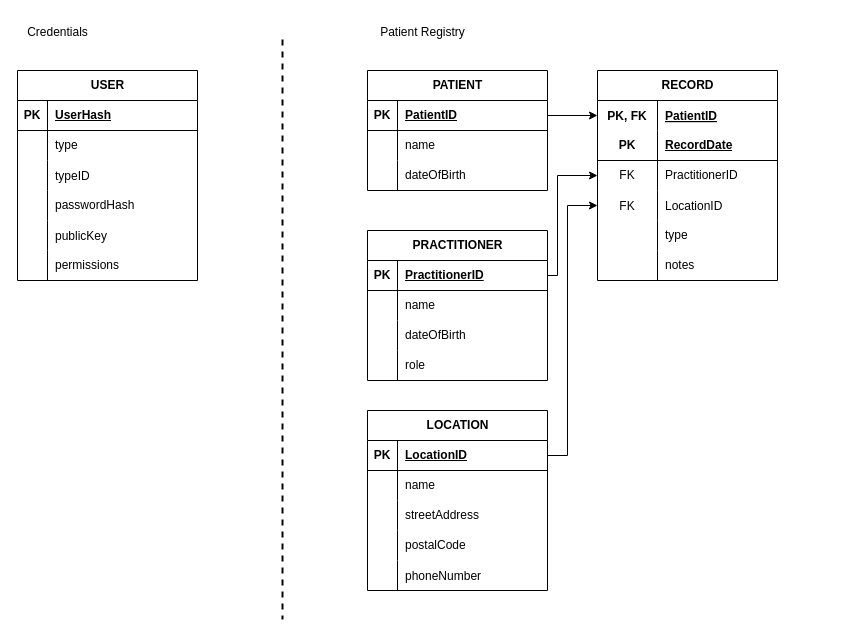
Before: doc/EntityRelationshipDiagram.drawio in marciehenderson/electronic-health, a draw.io diagram. Source tidied: cells renumbered, new cells numbered last; positions are measured from the earlier drawing's top-left corner, leaving out a move shared by most shapes. Both pictures are drawn from the tidied source at 100%, with x=0, y=0 at pixel (17, 17).
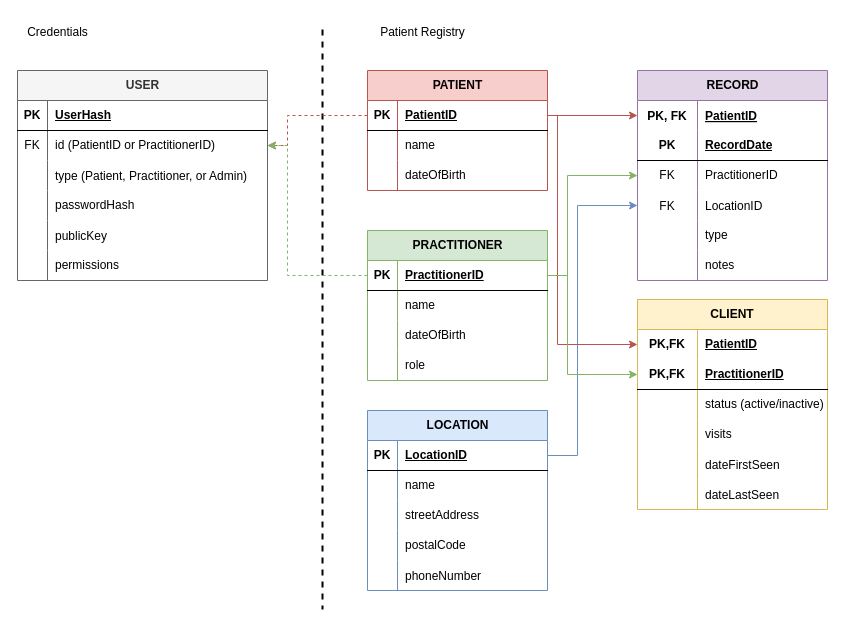
The same page after the edit.

The change refers to these unchanged cells:
```xml
<mxCell id="3" style="shape=tableRow;horizontal=0;startSize=0;swimlaneHead=0;swimlaneBody=0;fillColor=none;points=[[0,0.5],[1,0.5]];portConstraint=eastwest;top=0;left=0;right=0;bottom=1;" parent="2" vertex="1">
  <mxGeometry y="30" width="180" height="30" as="geometry" />
</mxCell>
<mxCell id="13" style="shape=tableRow;horizontal=0;startSize=0;swimlaneHead=0;swimlaneBody=0;fillColor=none;points=[[0,0.5],[1,0.5]];portConstraint=eastwest;top=0;left=0;right=0;bottom=1;" parent="12" vertex="1">
  <mxGeometry y="30" width="180" height="30" as="geometry" />
</mxCell>
<mxCell id="45" style="shape=tableRow;horizontal=0;startSize=0;swimlaneHead=0;swimlaneBody=0;fillColor=none;points=[[0,0.5],[1,0.5]];portConstraint=eastwest;top=0;left=0;right=0;bottom=1;" parent="44" vertex="1">
  <mxGeometry y="30" width="180" height="30" as="geometry" />
</mxCell>
```

Change to the diagram source:
```diff
@@
-    <mxCell id="2" value="PATIENT" style="shape=table;startSize=30;childLayout=tableLayout;rowLines=0;fontStyle=1;align=center;html=1;" parent="1" vertex="1">
+    <mxCell id="2" value="PATIENT" style="shape=table;startSize=30;childLayout=tableLayout;rowLines=0;fontStyle=1;align=center;html=1;fillColor=#f8cecc;strokeColor=#b85450;" parent="1" vertex="1">
       <mxGeometry x="350" y="53" width="180" height="120" as="geometry" />
     </mxCell>
@@
-    <mxCell id="12" value="PRACTITIONER" style="shape=table;startSize=30;childLayout=tableLayout;rowLines=0;fontStyle=1;align=center;html=1;" parent="1" vertex="1">
+    <mxCell id="12" value="PRACTITIONER" style="shape=table;startSize=30;childLayout=tableLayout;rowLines=0;fontStyle=1;align=center;html=1;fillColor=#d5e8d4;strokeColor=#82b366;" parent="1" vertex="1">
       <mxGeometry x="350" y="213" width="180" height="150" as="geometry" />
     </mxCell>
@@
-    <mxCell id="25" value="RECORD" style="shape=table;startSize=30;childLayout=tableLayout;rowLines=0;fontStyle=1;align=center;html=1;" parent="1" vertex="1">
-      <mxGeometry x="580" y="53" width="180" height="210" as="geometry" />
+    <mxCell id="25" value="RECORD" style="shape=table;startSize=30;childLayout=tableLayout;rowLines=0;fontStyle=1;align=center;html=1;fillColor=#e1d5e7;strokeColor=#9673a6;" parent="1" vertex="1">
+      <mxGeometry x="620" y="53" width="190" height="210" as="geometry" />
     </mxCell>
     <mxCell id="26" style="shape=tableRow;horizontal=0;startSize=0;swimlaneHead=0;swimlaneBody=0;fillColor=none;points=[[0,0.5],[1,0.5]];portConstraint=eastwest;top=0;left=0;right=0;bottom=0;" parent="25" vertex="1">
-      <mxGeometry y="30" width="180" height="30" as="geometry" />
+      <mxGeometry y="30" width="190" height="30" as="geometry" />
     </mxCell>
@@
     <mxCell id="28" value="PatientID" style="shape=partialRectangle;fillColor=none;top=0;left=0;bottom=0;right=0;align=left;spacingLeft=6;overflow=hidden;fontStyle=5;" parent="26" vertex="1">
-      <mxGeometry x="60" width="120" height="30" as="geometry" />
+      <mxGeometry x="60" width="130" height="30" as="geometry" />
     </mxCell>
     <mxCell id="29" style="shape=tableRow;horizontal=0;startSize=0;swimlaneHead=0;swimlaneBody=0;fillColor=none;top=0;left=0;right=0;bottom=1;" parent="25" vertex="1">
-      <mxGeometry y="60" width="180" height="30" as="geometry" />
+      <mxGeometry y="60" width="190" height="30" as="geometry" />
     </mxCell>
@@
     <mxCell id="31" value="RecordDate" style="shape=partialRectangle;fillColor=none;top=0;left=0;bottom=0;right=0;align=left;spacingLeft=6;fontStyle=5;overflow=hidden;whiteSpace=wrap;html=1;" parent="29" vertex="1">
-      <mxGeometry x="60" width="120" height="30" as="geometry" />
+      <mxGeometry x="60" width="130" height="30" as="geometry" />
     </mxCell>
     <mxCell id="32" style="shape=tableRow;horizontal=0;startSize=0;swimlaneHead=0;swimlaneBody=0;fillColor=none;points=[[0,0.5],[1,0.5]];portConstraint=eastwest;top=0;left=0;right=0;bottom=0;" parent="25" vertex="1">
-      <mxGeometry y="90" width="180" height="30" as="geometry" />
+      <mxGeometry y="90" width="190" height="30" as="geometry" />
     </mxCell>
@@
     <mxCell id="34" value="PractitionerID" style="shape=partialRectangle;fillColor=none;top=0;left=0;bottom=0;right=0;align=left;spacingLeft=6;overflow=hidden;whiteSpace=wrap;html=1;" parent="32" vertex="1">
-      <mxGeometry x="60" width="120" height="30" as="geometry" />
+      <mxGeometry x="60" width="130" height="30" as="geometry" />
     </mxCell>
     <mxCell id="35" style="shape=tableRow;horizontal=0;startSize=0;swimlaneHead=0;swimlaneBody=0;fillColor=none;points=[[0,0.5],[1,0.5]];portConstraint=eastwest;top=0;left=0;right=0;bottom=0;" parent="25" vertex="1">
-      <mxGeometry y="120" width="180" height="30" as="geometry" />
+      <mxGeometry y="120" width="190" height="30" as="geometry" />
     </mxCell>
@@
     <mxCell id="37" value="LocationID" style="shape=partialRectangle;fillColor=none;top=0;left=0;bottom=0;right=0;align=left;spacingLeft=6;overflow=hidden;" parent="35" vertex="1">
-      <mxGeometry x="60" width="120" height="30" as="geometry" />
+      <mxGeometry x="60" width="130" height="30" as="geometry" />
     </mxCell>
     <mxCell id="38" style="shape=tableRow;horizontal=0;startSize=0;swimlaneHead=0;swimlaneBody=0;fillColor=none;top=0;left=0;right=0;bottom=0;" parent="25" vertex="1">
-      <mxGeometry y="150" width="180" height="30" as="geometry" />
+      <mxGeometry y="150" width="190" height="30" as="geometry" />
     </mxCell>
@@
     <mxCell id="40" value="type" style="shape=partialRectangle;fillColor=none;top=0;left=0;bottom=0;right=0;align=left;spacingLeft=6;overflow=hidden;whiteSpace=wrap;html=1;" parent="38" vertex="1">
-      <mxGeometry x="60" width="120" height="30" as="geometry" />
+      <mxGeometry x="60" width="130" height="30" as="geometry" />
     </mxCell>
     <mxCell id="41" style="shape=tableRow;horizontal=0;startSize=0;swimlaneHead=0;swimlaneBody=0;fillColor=none;top=0;left=0;right=0;bottom=0;" parent="25" vertex="1">
-      <mxGeometry y="180" width="180" height="30" as="geometry" />
+      <mxGeometry y="180" width="190" height="30" as="geometry" />
     </mxCell>
@@
     <mxCell id="43" value="notes" style="shape=partialRectangle;fillColor=none;top=0;left=0;bottom=0;right=0;align=left;spacingLeft=6;overflow=hidden;whiteSpace=wrap;html=1;" parent="41" vertex="1">
-      <mxGeometry x="60" width="120" height="30" as="geometry" />
+      <mxGeometry x="60" width="130" height="30" as="geometry" />
     </mxCell>
-    <mxCell id="44" value="LOCATION" style="shape=table;startSize=30;childLayout=tableLayout;rowLines=0;fontStyle=1;align=center;html=1;" parent="1" vertex="1">
+    <mxCell id="44" value="LOCATION" style="shape=table;startSize=30;childLayout=tableLayout;rowLines=0;fontStyle=1;align=center;html=1;fillColor=#dae8fc;strokeColor=#6c8ebf;" parent="1" vertex="1">
       <mxGeometry x="350" y="393" width="180" height="180" as="geometry" />
     </mxCell>
@@
-    <mxCell id="60" style="edgeStyle=orthogonalEdgeStyle;rounded=0;jettySize=auto;html=1;exitX=1;exitY=0.5;exitDx=0;exitDy=0;entryX=0;entryY=0.5;entryDx=0;entryDy=0;" parent="1" edge="1" source="45" target="35">
+    <mxCell id="60" style="edgeStyle=orthogonalEdgeStyle;rounded=0;jettySize=auto;html=1;exitX=1;exitY=0.5;exitDx=0;exitDy=0;entryX=0;entryY=0.5;entryDx=0;entryDy=0;fillColor=#dae8fc;strokeColor=#6c8ebf;" parent="1" edge="1" source="45" target="35">
       <mxGeometry relative="1" as="geometry">
         <Array as="points">
-          <mxPoint x="550" y="438" />
-          <mxPoint x="550" y="188" />
+          <mxPoint x="560" y="438" />
+          <mxPoint x="560" y="188" />
         </Array>
       </mxGeometry>
     </mxCell>
-    <mxCell id="61" style="edgeStyle=orthogonalEdgeStyle;rounded=0;jettySize=auto;html=1;exitX=1;exitY=0.5;exitDx=0;exitDy=0;entryX=0;entryY=0.5;entryDx=0;entryDy=0;" parent="1" edge="1" source="13" target="32">
+    <mxCell id="61" style="edgeStyle=orthogonalEdgeStyle;rounded=0;jettySize=auto;html=1;exitX=1;exitY=0.5;exitDx=0;exitDy=0;entryX=0;entryY=0.5;entryDx=0;entryDy=0;fillColor=#d5e8d4;strokeColor=#82b366;" parent="1" edge="1" source="13" target="32">
       <mxGeometry relative="1" as="geometry">
         <Array as="points">
-          <mxPoint x="540" y="258" />
-          <mxPoint x="540" y="158" />
+          <mxPoint x="550" y="258" />
+          <mxPoint x="550" y="158" />
         </Array>
       </mxGeometry>
     </mxCell>
-    <mxCell id="62" value="USER" style="shape=table;startSize=30;childLayout=tableLayout;rowLines=0;fontStyle=1;align=center;html=1;" parent="1" vertex="1">
-      <mxGeometry y="53" width="180" height="210" as="geometry" />
+    <mxCell id="62" value="USER" style="shape=table;startSize=30;childLayout=tableLayout;rowLines=0;fontStyle=1;align=center;html=1;fillColor=#f5f5f5;fontColor=#333333;strokeColor=#666666;" parent="1" vertex="1">
+      <mxGeometry y="53" width="250" height="210" as="geometry" />
     </mxCell>
     <mxCell id="63" style="shape=tableRow;horizontal=0;startSize=0;swimlaneHead=0;swimlaneBody=0;fillColor=none;top=0;left=0;right=0;bottom=1;" parent="62" vertex="1">
-      <mxGeometry y="30" width="180" height="30" as="geometry" />
+      <mxGeometry y="30" width="250" height="30" as="geometry" />
     </mxCell>
@@
     <mxCell id="65" value="UserHash" style="shape=partialRectangle;fillColor=none;top=0;left=0;bottom=0;right=0;align=left;spacingLeft=6;fontStyle=5;overflow=hidden;whiteSpace=wrap;html=1;" parent="63" vertex="1">
-      <mxGeometry x="30" width="150" height="30" as="geometry" />
+      <mxGeometry x="30" width="220" height="30" as="geometry" />
     </mxCell>
     <mxCell id="66" style="shape=tableRow;horizontal=0;startSize=0;swimlaneHead=0;swimlaneBody=0;fillColor=none;points=[[0,0.5],[1,0.5]];portConstraint=eastwest;top=0;left=0;right=0;bottom=0;" parent="62" vertex="1">
-      <mxGeometry y="60" width="180" height="30" as="geometry" />
+      <mxGeometry y="60" width="250" height="30" as="geometry" />
     </mxCell>
-    <mxCell id="67" style="shape=partialRectangle;fillColor=none;top=0;left=0;bottom=0;right=0;overflow=hidden;whiteSpace=wrap;html=1;" parent="66" vertex="1">
+    <mxCell id="67" value="FK" style="shape=partialRectangle;fillColor=none;top=0;left=0;bottom=0;right=0;overflow=hidden;whiteSpace=wrap;html=1;" parent="66" vertex="1">
       <mxGeometry width="30" height="30" as="geometry" />
     </mxCell>
-    <mxCell id="68" value="type" style="shape=partialRectangle;fillColor=none;top=0;left=0;bottom=0;right=0;align=left;spacingLeft=6;overflow=hidden;whiteSpace=wrap;html=1;" parent="66" vertex="1">
-      <mxGeometry x="30" width="150" height="30" as="geometry" />
+    <mxCell id="68" value="id (PatientID or PractitionerID)" style="shape=partialRectangle;fillColor=none;top=0;left=0;bottom=0;right=0;align=left;spacingLeft=6;overflow=hidden;whiteSpace=wrap;html=1;" parent="66" vertex="1">
+      <mxGeometry x="30" width="220" height="30" as="geometry" />
     </mxCell>
     <mxCell id="69" style="shape=tableRow;horizontal=0;startSize=0;swimlaneHead=0;swimlaneBody=0;fillColor=none;top=0;left=0;right=0;bottom=0;" parent="62" vertex="1">
-      <mxGeometry y="90" width="180" height="30" as="geometry" />
+      <mxGeometry y="90" width="250" height="30" as="geometry" />
     </mxCell>
@@
-    <mxCell id="71" value="typeID" style="shape=partialRectangle;fillColor=none;top=0;left=0;bottom=0;right=0;align=left;spacingLeft=6;overflow=hidden;" parent="69" vertex="1">
-      <mxGeometry x="30" width="150" height="30" as="geometry" />
+    <mxCell id="71" value="type (Patient, Practitioner, or Admin)" style="shape=partialRectangle;fillColor=none;top=0;left=0;bottom=0;right=0;align=left;spacingLeft=6;overflow=hidden;" parent="69" vertex="1">
+      <mxGeometry x="30" width="220" height="30" as="geometry" />
     </mxCell>
     <mxCell id="72" style="shape=tableRow;horizontal=0;startSize=0;swimlaneHead=0;swimlaneBody=0;fillColor=none;top=0;left=0;right=0;bottom=0;" parent="62" vertex="1">
-      <mxGeometry y="120" width="180" height="30" as="geometry" />
+      <mxGeometry y="120" width="250" height="30" as="geometry" />
     </mxCell>
@@
     <mxCell id="74" value="passwordHash" style="shape=partialRectangle;fillColor=none;top=0;left=0;bottom=0;right=0;align=left;spacingLeft=6;overflow=hidden;whiteSpace=wrap;html=1;" parent="72" vertex="1">
-      <mxGeometry x="30" width="150" height="30" as="geometry" />
+      <mxGeometry x="30" width="220" height="30" as="geometry" />
     </mxCell>
     <mxCell id="75" style="shape=tableRow;horizontal=0;startSize=0;swimlaneHead=0;swimlaneBody=0;fillColor=none;top=0;left=0;right=0;bottom=0;" parent="62" vertex="1">
-      <mxGeometry y="150" width="180" height="30" as="geometry" />
+      <mxGeometry y="150" width="250" height="30" as="geometry" />
     </mxCell>
@@
     <mxCell id="77" value="publicKey" style="shape=partialRectangle;fillColor=none;top=0;left=0;bottom=0;right=0;align=left;spacingLeft=6;overflow=hidden;" parent="75" vertex="1">
-      <mxGeometry x="30" width="150" height="30" as="geometry" />
+      <mxGeometry x="30" width="220" height="30" as="geometry" />
     </mxCell>
     <mxCell id="78" style="shape=tableRow;horizontal=0;startSize=0;swimlaneHead=0;swimlaneBody=0;fillColor=none;top=0;left=0;right=0;bottom=0;" parent="62" vertex="1">
-      <mxGeometry y="180" width="180" height="30" as="geometry" />
+      <mxGeometry y="180" width="250" height="30" as="geometry" />
     </mxCell>
@@
     <mxCell id="80" value="permissions" style="shape=partialRectangle;fillColor=none;top=0;left=0;bottom=0;right=0;align=left;spacingLeft=6;overflow=hidden;whiteSpace=wrap;html=1;" parent="78" vertex="1">
-      <mxGeometry x="30" width="150" height="30" as="geometry" />
+      <mxGeometry x="30" width="220" height="30" as="geometry" />
     </mxCell>
-    <mxCell id="81" style="edgeStyle=orthogonalEdgeStyle;rounded=0;jettySize=auto;html=1;exitX=1;exitY=0.5;exitDx=0;exitDy=0;entryX=0;entryY=0.5;entryDx=0;entryDy=0;" parent="1" edge="1" source="3" target="26">
+    <mxCell id="81" style="edgeStyle=orthogonalEdgeStyle;rounded=0;jettySize=auto;html=1;exitX=1;exitY=0.5;exitDx=0;exitDy=0;entryX=0;entryY=0.5;entryDx=0;entryDy=0;fillColor=#f8cecc;strokeColor=#b85450;" parent="1" edge="1" source="3" target="26">
       <mxGeometry relative="1" as="geometry" />
     </mxCell>
     <mxCell id="82" style="line;strokeWidth=2;direction=south;html=1;strokeColor=default;dashed=1;" parent="1" vertex="1">
-      <mxGeometry x="260" y="22" width="10" height="580" as="geometry" />
+      <mxGeometry x="300" y="12" width="10" height="580" as="geometry" />
     </mxCell>
@@
+    <mxCell id="85" value="CLIENT" style="shape=table;startSize=30;childLayout=tableLayout;rowLines=0;fontStyle=1;align=center;html=1;whiteSpace=wrap;fillColor=#fff2cc;strokeColor=#d6b656;" parent="1" vertex="1">
+      <mxGeometry x="620" y="282" width="190" height="210" as="geometry" />
+    </mxCell>
+    <mxCell id="86" style="shape=tableRow;horizontal=0;startSize=0;swimlaneHead=0;swimlaneBody=0;fillColor=none;points=[[0,0.5],[1,0.5]];portConstraint=eastwest;top=0;left=0;right=0;bottom=0;html=1;" parent="85" vertex="1">
+      <mxGeometry y="30" width="190" height="30" as="geometry" />
+    </mxCell>
+    <mxCell id="87" value="PK,FK" style="shape=partialRectangle;fillColor=none;top=0;left=0;bottom=0;right=0;fontStyle=1;overflow=hidden;html=1;whiteSpace=wrap;" parent="86" vertex="1">
+      <mxGeometry width="60" height="30" as="geometry" />
+    </mxCell>
+    <mxCell id="88" value="PatientID" style="shape=partialRectangle;fillColor=none;top=0;left=0;bottom=0;right=0;align=left;spacingLeft=6;fontStyle=5;overflow=hidden;html=1;whiteSpace=wrap;" parent="86" vertex="1">
+      <mxGeometry x="60" width="130" height="30" as="geometry" />
+    </mxCell>
+    <mxCell id="89" style="shape=tableRow;horizontal=0;startSize=0;swimlaneHead=0;swimlaneBody=0;fillColor=none;points=[[0,0.5],[1,0.5]];portConstraint=eastwest;top=0;left=0;right=0;bottom=1;html=1;" parent="85" vertex="1">
+      <mxGeometry y="60" width="190" height="30" as="geometry" />
+    </mxCell>
+    <mxCell id="90" value="PK,FK" style="shape=partialRectangle;fillColor=none;top=0;left=0;bottom=0;right=0;fontStyle=1;overflow=hidden;html=1;whiteSpace=wrap;" parent="89" vertex="1">
+      <mxGeometry width="60" height="30" as="geometry" />
+    </mxCell>
+    <mxCell id="91" value="PractitionerID" style="shape=partialRectangle;fillColor=none;top=0;left=0;bottom=0;right=0;align=left;spacingLeft=6;fontStyle=5;overflow=hidden;html=1;whiteSpace=wrap;" parent="89" vertex="1">
+      <mxGeometry x="60" width="130" height="30" as="geometry" />
+    </mxCell>
+    <mxCell id="92" style="shape=tableRow;horizontal=0;startSize=0;swimlaneHead=0;swimlaneBody=0;fillColor=none;top=0;left=0;right=0;bottom=0;html=1;" parent="85" vertex="1">
+      <mxGeometry y="90" width="190" height="30" as="geometry" />
+    </mxCell>
+    <mxCell id="93" style="shape=partialRectangle;fillColor=none;top=0;left=0;bottom=0;right=0;overflow=hidden;html=1;whiteSpace=wrap;" parent="92" vertex="1">
+      <mxGeometry width="60" height="30" as="geometry" />
+    </mxCell>
+    <mxCell id="94" value="status (active/inactive)" style="shape=partialRectangle;fillColor=none;top=0;left=0;bottom=0;right=0;align=left;spacingLeft=6;overflow=hidden;html=1;whiteSpace=wrap;" parent="92" vertex="1">
+      <mxGeometry x="60" width="130" height="30" as="geometry" />
+    </mxCell>
+    <mxCell id="95" style="shape=tableRow;horizontal=0;startSize=0;swimlaneHead=0;swimlaneBody=0;fillColor=none;top=0;left=0;right=0;bottom=0;html=1;" parent="85" vertex="1">
+      <mxGeometry y="120" width="190" height="30" as="geometry" />
+    </mxCell>
+    <mxCell id="96" style="shape=partialRectangle;fillColor=none;top=0;left=0;bottom=0;right=0;overflow=hidden;html=1;whiteSpace=wrap;" parent="95" vertex="1">
+      <mxGeometry width="60" height="30" as="geometry" />
+    </mxCell>
+    <mxCell id="97" value="visits" style="shape=partialRectangle;fillColor=none;top=0;left=0;bottom=0;right=0;align=left;spacingLeft=6;overflow=hidden;html=1;whiteSpace=wrap;" parent="95" vertex="1">
+      <mxGeometry x="60" width="130" height="30" as="geometry" />
+    </mxCell>
+    <mxCell id="98" style="shape=tableRow;horizontal=0;startSize=0;swimlaneHead=0;swimlaneBody=0;fillColor=none;top=0;left=0;right=0;bottom=0;" parent="85" vertex="1">
+      <mxGeometry y="150" width="190" height="30" as="geometry" />
+    </mxCell>
+    <mxCell id="99" style="shape=partialRectangle;fillColor=none;top=0;left=0;bottom=0;right=0;overflow=hidden;" parent="98" vertex="1">
+      <mxGeometry width="60" height="30" as="geometry" />
+    </mxCell>
+    <mxCell id="100" value="dateFirstSeen" style="shape=partialRectangle;fillColor=none;top=0;left=0;bottom=0;right=0;align=left;spacingLeft=6;overflow=hidden;" parent="98" vertex="1">
+      <mxGeometry x="60" width="130" height="30" as="geometry" />
+    </mxCell>
+    <mxCell id="101" style="shape=tableRow;horizontal=0;startSize=0;swimlaneHead=0;swimlaneBody=0;fillColor=none;top=0;left=0;right=0;bottom=0;" parent="85" vertex="1">
+      <mxGeometry y="180" width="190" height="30" as="geometry" />
+    </mxCell>
+    <mxCell id="102" style="shape=partialRectangle;fillColor=none;top=0;left=0;bottom=0;right=0;overflow=hidden;" parent="101" vertex="1">
+      <mxGeometry width="60" height="30" as="geometry" />
+    </mxCell>
+    <mxCell id="103" value="dateLastSeen" style="shape=partialRectangle;fillColor=none;top=0;left=0;bottom=0;right=0;align=left;spacingLeft=6;overflow=hidden;" parent="101" vertex="1">
+      <mxGeometry x="60" width="130" height="30" as="geometry" />
+    </mxCell>
+    <mxCell id="104" style="edgeStyle=orthogonalEdgeStyle;rounded=0;jettySize=auto;html=1;exitX=1;exitY=0.5;exitDx=0;exitDy=0;entryX=0;entryY=0.5;entryDx=0;entryDy=0;fillColor=#f8cecc;strokeColor=#b85450;" parent="1" edge="1" source="3" target="86">
+      <mxGeometry relative="1" as="geometry">
+        <Array as="points">
+          <mxPoint x="540" y="98" />
+          <mxPoint x="540" y="327" />
+        </Array>
+      </mxGeometry>
+    </mxCell>
+    <mxCell id="105" style="edgeStyle=orthogonalEdgeStyle;rounded=0;jettySize=auto;html=1;exitX=1;exitY=0.5;exitDx=0;exitDy=0;entryX=0;entryY=0.5;entryDx=0;entryDy=0;fillColor=#d5e8d4;strokeColor=#82b366;" parent="1" edge="1" source="13" target="89">
+      <mxGeometry relative="1" as="geometry">
+        <Array as="points">
+          <mxPoint x="550" y="258" />
+          <mxPoint x="550" y="357" />
+        </Array>
+      </mxGeometry>
+    </mxCell>
+    <mxCell id="106" style="edgeStyle=orthogonalEdgeStyle;rounded=0;jettySize=auto;html=1;exitX=0;exitY=0.5;exitDx=0;exitDy=0;entryX=1;entryY=0.5;entryDx=0;entryDy=0;fillColor=#f8cecc;strokeColor=#b85450;dashed=1;" parent="1" edge="1" source="3" target="66">
+      <mxGeometry relative="1" as="geometry">
+        <Array as="points">
+          <mxPoint x="270" y="98" />
+          <mxPoint x="270" y="128" />
+        </Array>
+      </mxGeometry>
+    </mxCell>
+    <mxCell id="107" style="edgeStyle=orthogonalEdgeStyle;rounded=0;jettySize=auto;html=1;exitX=0;exitY=0.5;exitDx=0;exitDy=0;entryX=1;entryY=0.5;entryDx=0;entryDy=0;fillColor=#d5e8d4;strokeColor=#82b366;dashed=1;" parent="1" edge="1" source="13" target="66">
+      <mxGeometry relative="1" as="geometry">
+        <Array as="points">
+          <mxPoint x="270" y="258" />
+          <mxPoint x="270" y="128" />
+        </Array>
+      </mxGeometry>
+    </mxCell>
```
